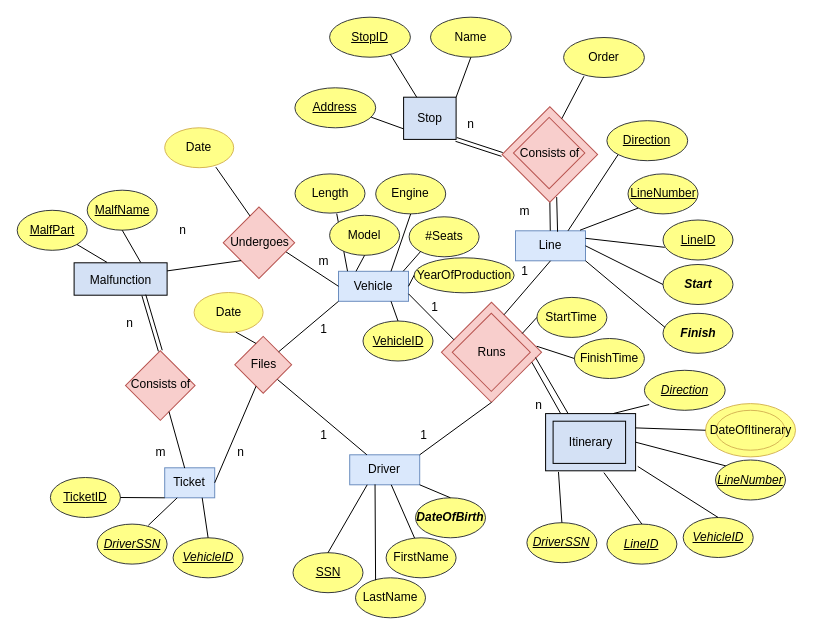
The draw.io diagram Untitled Diagram.drawio in kotsos2000/kotsos2000, before the edit. Source tidied: cells renumbered, new cells numbered last; positions are measured from the earlier drawing's top-left corner, leaving out a move shared by most shapes. Both pictures are drawn from the tidied source at 100%, with x=0, y=0 at pixel (17, 17).
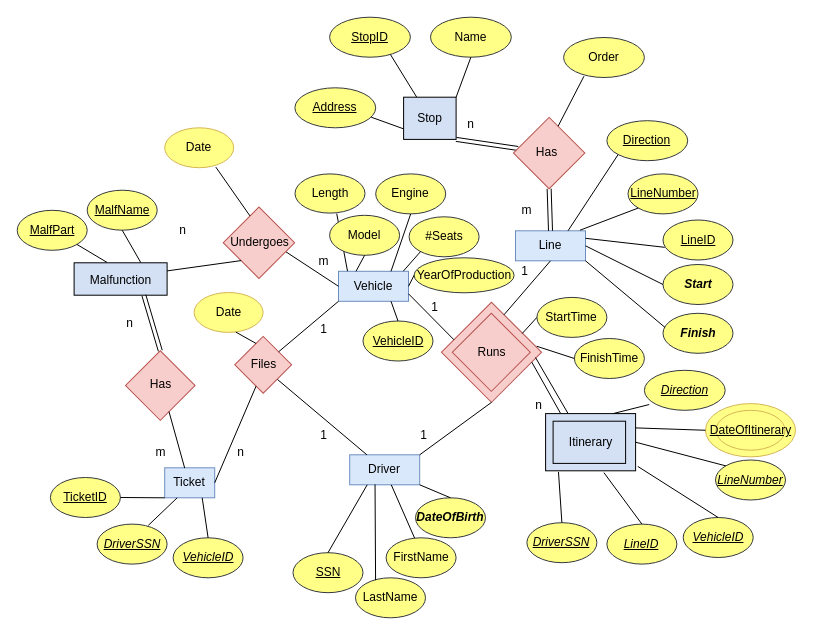
The same diagram, later.

The change refers to these unchanged cells:
```xml
<mxCell id="7" value="&lt;div&gt;Line&lt;/div&gt;" style="rounded=0;whiteSpace=wrap;html=1;fillColor=#dae8fc;strokeColor=#6c8ebf;" parent="1" vertex="1">
  <mxGeometry x="498" y="213.3" width="70" height="30" as="geometry" />
</mxCell>
<mxCell id="25" value="Stop" style="rounded=0;whiteSpace=wrap;html=1;fillColor=#D4E1F5;" parent="1" vertex="1">
  <mxGeometry x="386.1" y="79.7" width="52.5" height="42.2" as="geometry" />
</mxCell>
<mxCell id="30" style="whiteSpace=wrap;html=1;fillColor=#f8cecc;rotation=45;strokeColor=#b85450;" parent="1" vertex="1">
  <mxGeometry x="506.4" y="110.3" width="50.5" height="50.5" as="geometry" />
</mxCell>
<mxCell id="109" value="Order" style="ellipse;whiteSpace=wrap;html=1;fillColor=#ffff88;strokeColor=#36393d;" parent="1" vertex="1">
  <mxGeometry x="546.1" y="20" width="80.8" height="40" as="geometry" />
</mxCell>
```

What changed in the source:
```diff
@@
-    <mxCell id="9" style="endArrow=none;html=1;rounded=0;exitX=1;exitY=1;exitDx=0;exitDy=0;" parent="1" edge="1" source="29" target="7">
-      <mxGeometry relative="1" as="geometry" />
-    </mxCell>
-    <mxCell id="10" style="shape=link;html=1;rounded=0;entryX=0;entryY=1;entryDx=0;entryDy=0;exitX=1;exitY=1;exitDx=0;exitDy=0;" parent="1" edge="1" source="25" target="29">
+    <mxCell id="10" style="shape=link;html=1;rounded=0;exitX=1;exitY=1;exitDx=0;exitDy=0;" parent="1" edge="1" source="25" target="30">
       <mxGeometry relative="1" as="geometry" />
     </mxCell>
@@
     <mxCell id="15" value="m" style="text;html=1;align=center;verticalAlign=middle;strokeColor=none;fillColor=none;" parent="1" vertex="1">
-      <mxGeometry x="491.6" y="178.7" width="30" height="30" as="geometry" />
+      <mxGeometry x="493.8" y="177.7" width="30" height="30" as="geometry" />
     </mxCell>
@@
-    <mxCell id="29" style="whiteSpace=wrap;html=1;rotation=45;fillColor=#f8cecc;strokeColor=#b85450;" parent="1" vertex="1">
-      <mxGeometry x="498.6" y="103.2" width="67.5" height="67.5" as="geometry" />
-    </mxCell>
@@
-    <mxCell id="31" value="Consists of" style="text;html=1;align=center;verticalAlign=middle;strokeColor=none;fillColor=none;" parent="1" vertex="1">
-      <mxGeometry x="491.6" y="120.6" width="80" height="30" as="geometry" />
+    <mxCell id="31" value="Has" style="text;html=1;align=center;verticalAlign=middle;strokeColor=none;fillColor=none;" parent="1" vertex="1">
+      <mxGeometry x="509.4" y="120.2" width="40" height="30" as="geometry" />
     </mxCell>
@@
-    <mxCell id="35" value="Consists of" style="text;html=1;align=center;verticalAlign=middle;strokeColor=none;fillColor=none;" parent="1" vertex="1">
-      <mxGeometry x="102.9" y="351.7" width="80" height="30" as="geometry" />
+    <mxCell id="35" value="Has" style="text;html=1;align=center;verticalAlign=middle;strokeColor=none;fillColor=none;" parent="1" vertex="1">
+      <mxGeometry x="122.9" y="351.7" width="40" height="30" as="geometry" />
     </mxCell>
@@
-    <mxCell id="88" value="DateOfItinerary" style="ellipse;whiteSpace=wrap;html=1;fillColor=#FFFF88;strokeColor=#d6b656;" parent="1" vertex="1">
+    <mxCell id="88" value="&lt;u&gt;DateOfItinerary&lt;/u&gt;" style="ellipse;whiteSpace=wrap;html=1;fillColor=#FFFF88;strokeColor=#d6b656;" parent="1" vertex="1">
       <mxGeometry x="698.5" y="392.8" width="69" height="39.9" as="geometry" />
     </mxCell>
@@
-    <mxCell id="102" style="endArrow=none;html=1;rounded=0;exitX=1.018;exitY=0.875;exitDx=0;exitDy=0;exitPerimeter=0;entryX=0.601;entryY=0.031;entryDx=0;entryDy=0;entryPerimeter=0;" parent="1" edge="1" source="29" target="7">
-      <mxGeometry relative="1" as="geometry" />
-    </mxCell>
@@
-    <mxCell id="110" style="endArrow=none;html=1;rounded=0;exitX=0.252;exitY=0.968;exitDx=0;exitDy=0;exitPerimeter=0;entryX=0.25;entryY=0;entryDx=0;entryDy=0;" parent="1" edge="1" source="109" target="29">
+    <mxCell id="110" style="endArrow=none;html=1;rounded=0;exitX=0.252;exitY=0.968;exitDx=0;exitDy=0;exitPerimeter=0;entryX=0.25;entryY=0;entryDx=0;entryDy=0;" parent="1" edge="1" source="109" target="30">
       <mxGeometry relative="1" as="geometry" />
     </mxCell>
@@
+    <mxCell id="121" style="shape=link;html=1;rounded=0;exitX=0.5;exitY=0;exitDx=0;exitDy=0;entryX=1;entryY=1;entryDx=0;entryDy=0;" parent="1" edge="1" source="7" target="30">
+      <mxGeometry relative="1" as="geometry" />
+    </mxCell>
```
